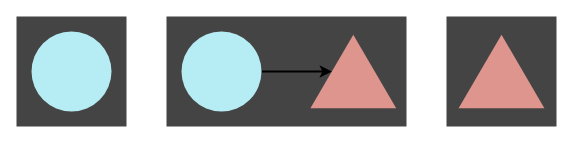
Above: page "app" (3 of 7) of resources/monad.drawio in theNewFlesh/shot-glass (draw.io), before the change. Source tidied: cells renumbered, new cells numbered last; positions are measured from the earlier drawing's top-left corner, leaving out a move shared by most shapes. Both pictures are drawn from the tidied source at 100%, with x=0, y=0 at pixel (16, 16).
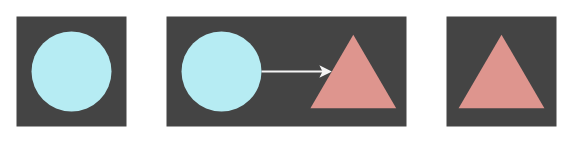
Above is the later version.

Change to the diagram source:
```diff
@@
 <mxGraphModel>
   <root>
     <mxCell id="0" />
     <mxCell id="1" parent="0" />
     <mxCell id="2" style="rounded=0;whiteSpace=wrap;html=1;strokeWidth=2;fillColor=#444444;strokeColor=none;" parent="1" vertex="1">
       <mxGeometry x="150" width="240" height="110" as="geometry" />
     </mxCell>
     <mxCell id="3" style="whiteSpace=wrap;html=1;strokeWidth=2;strokeColor=none;fillColor=#444444;" parent="1" vertex="1">
       <mxGeometry x="430" width="110" height="110" as="geometry" />
     </mxCell>
     <mxCell id="4" style="whiteSpace=wrap;html=1;strokeWidth=2;strokeColor=none;fillColor=#444444;" parent="1" vertex="1">
       <mxGeometry width="110" height="110" as="geometry" />
     </mxCell>
     <mxCell id="5" style="triangle;whiteSpace=wrap;html=1;rotation=-90;strokeWidth=2;fillColor=#DE958E;strokeColor=none;" parent="1" vertex="1">
       <mxGeometry x="300" y="12.1" width="73.6" height="85.8" as="geometry" />
     </mxCell>
-    <mxCell id="6" style="edgeStyle=none;html=1;entryX=0.5;entryY=0;entryDx=0;entryDy=0;strokeWidth=2;" parent="1" edge="1" source="7" target="5">
+    <mxCell id="6" style="edgeStyle=none;html=1;entryX=0.5;entryY=0;entryDx=0;entryDy=0;strokeWidth=2;strokeColor=#f4f4f4;" parent="1" edge="1" source="7" target="5">
       <mxGeometry relative="1" as="geometry" />
     </mxCell>
     <mxCell id="7" style="ellipse;whiteSpace=wrap;html=1;strokeWidth=2;fillColor=#B6ECF3;strokeColor=none;" parent="1" vertex="1">
       <mxGeometry x="165" y="15" width="80" height="80" as="geometry" />
     </mxCell>
     <mxCell id="8" style="ellipse;whiteSpace=wrap;html=1;strokeWidth=2;fillColor=#B6ECF3;strokeColor=none;" parent="1" vertex="1">
       <mxGeometry x="15" y="15" width="80" height="80" as="geometry" />
     </mxCell>
     <mxCell id="9" style="triangle;whiteSpace=wrap;html=1;rotation=-90;strokeWidth=2;fillColor=#DE958E;strokeColor=none;" parent="1" vertex="1">
       <mxGeometry x="448.2" y="12.1" width="73.6" height="85.8" as="geometry" />
     </mxCell>
   </root>
 </mxGraphModel>
```
